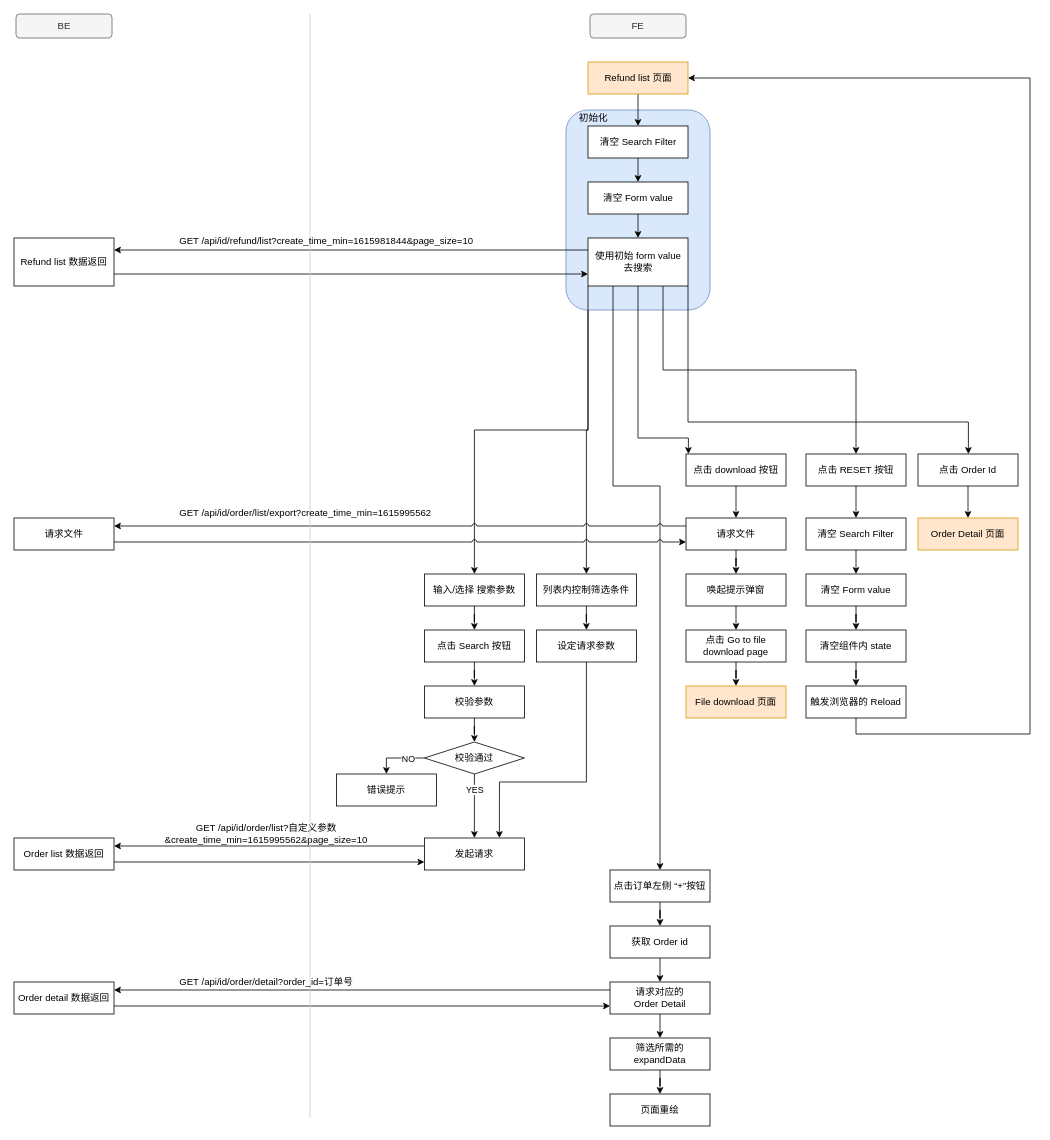
Before: page "refund" (3 of 3) of Admin/admin.drawio in junhong2021/Hotel-, a draw.io diagram. Source tidied: cells renumbered, new cells numbered last; positions are measured from the earlier drawing's top-left corner, leaving out a move shared by most shapes. Both pictures are drawn from the tidied source at 80%, with x=0, y=0 at pixel (14, 14).
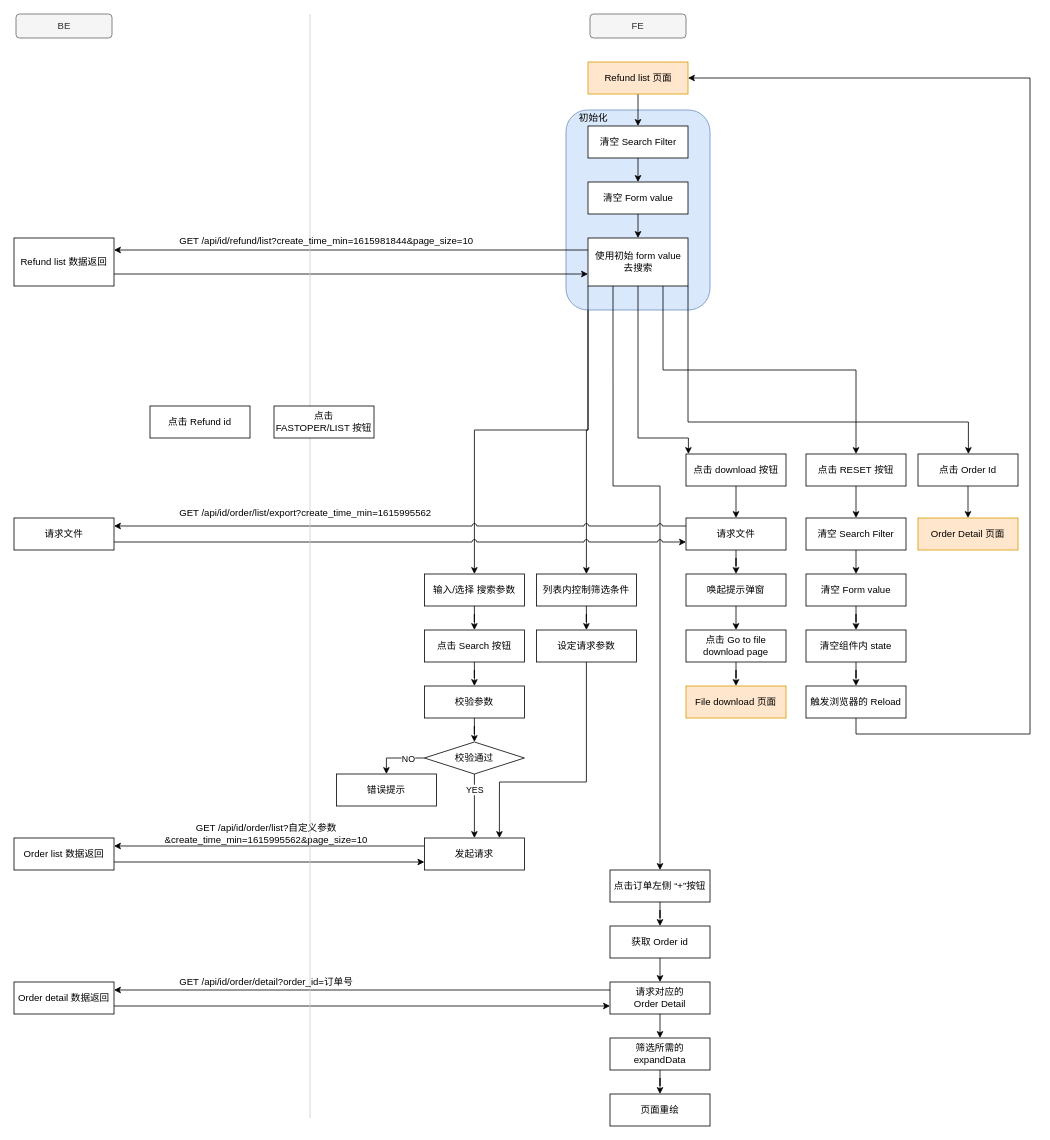
After the change.

What changed in the source:
```diff
@@
+    <mxCell id="84" value="点击 &lt;br&gt;FASTOPER/LIST 按钮" style="rounded=0;whiteSpace=wrap;html=1;" parent="1" vertex="1">
+      <mxGeometry x="325" y="490" width="125" height="40" as="geometry" />
+    </mxCell>
+    <mxCell id="85" value="点击 Refund id" style="rounded=0;whiteSpace=wrap;html=1;" parent="1" vertex="1">
+      <mxGeometry x="170" y="490" width="125" height="40" as="geometry" />
+    </mxCell>
```
